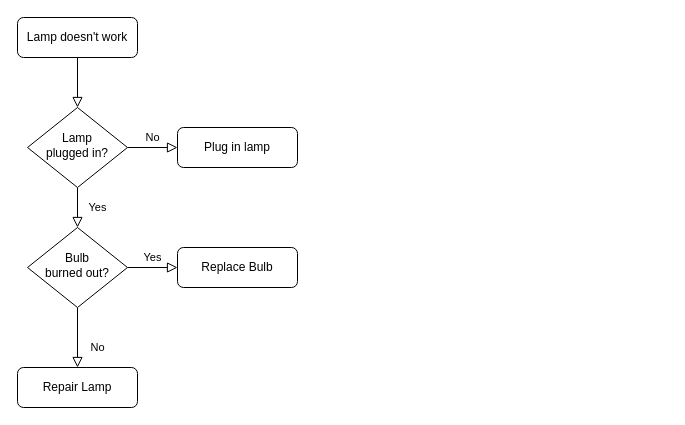
joelverg/age-teller keeps this draw.io diagram as Untitled Diagram.drawio. Above is the earlier version. Source tidied: cells renumbered, new cells numbered last; positions are measured from the earlier drawing's top-left corner, leaving out a move shared by most shapes. Both pictures are drawn from the tidied source at 100%, with x=0, y=0 at pixel (17, 17).
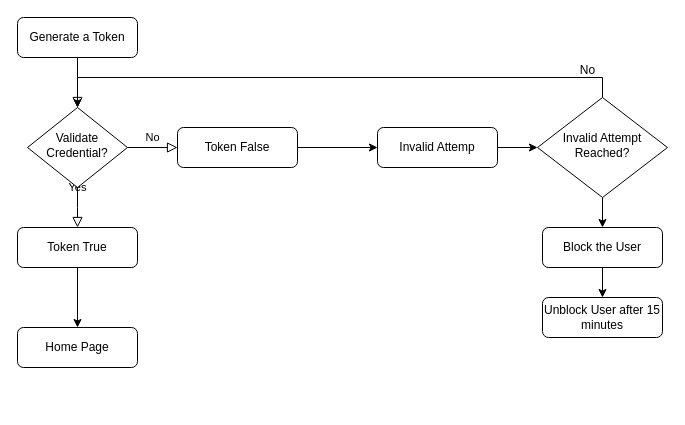
Above is the later version.

Commit message:
Authorization Diagram

The edit, as a diff of the source:
```diff
@@
-    <mxCell id="3" value="Lamp doesn't work" style="rounded=1;whiteSpace=wrap;html=1;fontSize=12;glass=0;strokeWidth=1;shadow=0;" parent="1" vertex="1">
+    <mxCell id="3" value="Generate a Token" style="rounded=1;whiteSpace=wrap;html=1;fontSize=12;glass=0;strokeWidth=1;shadow=0;" parent="1" vertex="1">
       <mxGeometry width="120" height="40" as="geometry" />
     </mxCell>
-    <mxCell id="4" value="Yes" style="rounded=0;html=1;jettySize=auto;fontSize=11;endArrow=block;endFill=0;endSize=8;strokeWidth=1;shadow=0;labelBackgroundColor=none;edgeStyle=orthogonalEdgeStyle;" parent="1" edge="1" source="6" target="10">
-      <mxGeometry y="20" relative="1" as="geometry" />
+    <mxCell id="4" value="Yes" style="rounded=0;html=1;jettySize=auto;fontSize=11;endArrow=block;endFill=0;endSize=8;strokeWidth=1;shadow=0;labelBackgroundColor=none;edgeStyle=orthogonalEdgeStyle;" parent="1" edge="1" source="6">
+      <mxGeometry y="20" relative="1" as="geometry">
+        <mxPoint x="60" y="210" as="targetPoint" />
+      </mxGeometry>
     </mxCell>
@@
-    <mxCell id="6" value="Lamp&lt;br&gt;plugged in?" style="rhombus;whiteSpace=wrap;html=1;shadow=0;fontFamily=Helvetica;fontSize=12;align=center;strokeWidth=1;spacing=6;spacingTop=-4;" parent="1" vertex="1">
+    <mxCell id="6" value="Validate Credential?" style="rhombus;whiteSpace=wrap;html=1;shadow=0;fontFamily=Helvetica;fontSize=12;align=center;strokeWidth=1;spacing=6;spacingTop=-4;" parent="1" vertex="1">
       <mxGeometry x="10" y="90" width="100" height="80" as="geometry" />
     </mxCell>
+    <mxCell id="13" style="edgeStyle=orthogonalEdgeStyle;rounded=0;jettySize=auto;html=1;" parent="1" edge="1" source="7" target="15">
+      <mxGeometry relative="1" as="geometry" />
+    </mxCell>
-    <mxCell id="7" value="Plug in lamp" style="rounded=1;whiteSpace=wrap;html=1;fontSize=12;glass=0;strokeWidth=1;shadow=0;" parent="1" vertex="1">
+    <mxCell id="7" value="Token False" style="rounded=1;whiteSpace=wrap;html=1;fontSize=12;glass=0;strokeWidth=1;shadow=0;" parent="1" vertex="1">
       <mxGeometry x="160" y="110" width="120" height="40" as="geometry" />
     </mxCell>
+    <mxCell id="11" value="Home Page" style="rounded=1;whiteSpace=wrap;html=1;fontSize=12;glass=0;strokeWidth=1;shadow=0;" parent="1" vertex="1">
+      <mxGeometry y="310" width="120" height="40" as="geometry" />
+    </mxCell>
+    <mxCell id="14" style="edgeStyle=orthogonalEdgeStyle;rounded=0;jettySize=auto;html=1;exitX=1;exitY=0.5;exitDx=0;exitDy=0;" parent="1" edge="1" source="15" target="18">
+      <mxGeometry relative="1" as="geometry" />
+    </mxCell>
+    <mxCell id="15" value="Invalid Attemp" style="rounded=1;whiteSpace=wrap;html=1;fontSize=12;glass=0;strokeWidth=1;shadow=0;" parent="1" vertex="1">
+      <mxGeometry x="360" y="110" width="120" height="40" as="geometry" />
+    </mxCell>
+    <mxCell id="16" style="edgeStyle=orthogonalEdgeStyle;rounded=0;jettySize=auto;html=1;exitX=0.5;exitY=0;exitDx=0;exitDy=0;entryX=0.5;entryY=0;entryDx=0;entryDy=0;" parent="1" edge="1" source="18" target="6">
+      <mxGeometry relative="1" as="geometry" />
+    </mxCell>
+    <mxCell id="17" style="edgeStyle=orthogonalEdgeStyle;rounded=0;jettySize=auto;html=1;exitX=0.5;exitY=1;exitDx=0;exitDy=0;entryX=0.5;entryY=0;entryDx=0;entryDy=0;" parent="1" edge="1" source="18" target="20">
+      <mxGeometry relative="1" as="geometry" />
+    </mxCell>
+    <mxCell id="18" value="Invalid Attempt Reached?" style="rhombus;whiteSpace=wrap;html=1;shadow=0;fontFamily=Helvetica;fontSize=12;align=center;strokeWidth=1;spacing=6;spacingTop=-4;" parent="1" vertex="1">
+      <mxGeometry x="520" y="80" width="130" height="100" as="geometry" />
+    </mxCell>
-    <mxCell id="8" value="No" style="rounded=0;html=1;jettySize=auto;fontSize=11;endArrow=block;endFill=0;endSize=8;strokeWidth=1;shadow=0;labelBackgroundColor=none;edgeStyle=orthogonalEdgeStyle;" parent="1" edge="1" source="10" target="11">
-      <mxGeometry x="0.33" y="20" relative="1" as="geometry" />
+    <mxCell id="8" value="No" style="text;html=1;align=center;verticalAlign=middle;strokeColor=none;fillColor=none;" parent="1" vertex="1">
+      <mxGeometry x="550" y="38" width="40" height="30" as="geometry" />
     </mxCell>
-    <mxCell id="9" value="Yes" style="edgeStyle=orthogonalEdgeStyle;rounded=0;html=1;jettySize=auto;fontSize=11;endArrow=block;endFill=0;endSize=8;strokeWidth=1;shadow=0;labelBackgroundColor=none;" parent="1" edge="1" source="10" target="12">
-      <mxGeometry y="10" relative="1" as="geometry" />
-    </mxCell>
-    <mxCell id="10" value="Bulb&lt;br&gt;burned out?" style="rhombus;whiteSpace=wrap;html=1;shadow=0;fontFamily=Helvetica;fontSize=12;align=center;strokeWidth=1;spacing=6;spacingTop=-4;" parent="1" vertex="1">
-      <mxGeometry x="10" y="210" width="100" height="80" as="geometry" />
-    </mxCell>
-    <mxCell id="11" value="Repair Lamp" style="rounded=1;whiteSpace=wrap;html=1;fontSize=12;glass=0;strokeWidth=1;shadow=0;" parent="1" vertex="1">
-      <mxGeometry y="350" width="120" height="40" as="geometry" />
-    </mxCell>
-    <mxCell id="12" value="Replace Bulb" style="rounded=1;whiteSpace=wrap;html=1;fontSize=12;glass=0;strokeWidth=1;shadow=0;" parent="1" vertex="1">
-      <mxGeometry x="160" y="230" width="120" height="40" as="geometry" />
-    </mxCell>
+    <mxCell id="19" style="edgeStyle=orthogonalEdgeStyle;rounded=0;jettySize=auto;html=1;exitX=0.5;exitY=1;exitDx=0;exitDy=0;entryX=0.5;entryY=0;entryDx=0;entryDy=0;" parent="1" edge="1" source="20" target="22">
+      <mxGeometry relative="1" as="geometry" />
+    </mxCell>
+    <mxCell id="20" value="Block the User" style="rounded=1;whiteSpace=wrap;html=1;fontSize=12;glass=0;strokeWidth=1;shadow=0;" parent="1" vertex="1">
+      <mxGeometry x="525" y="210" width="120" height="40" as="geometry" />
+    </mxCell>
+    <mxCell id="21" value="Token True" style="rounded=1;whiteSpace=wrap;html=1;fontSize=12;glass=0;strokeWidth=1;shadow=0;" parent="1" vertex="1">
+      <mxGeometry y="210" width="120" height="40" as="geometry" />
+    </mxCell>
+    <mxCell id="22" value="Unblock User after 15 minutes" style="rounded=1;whiteSpace=wrap;html=1;fontSize=12;glass=0;strokeWidth=1;shadow=0;" parent="1" vertex="1">
+      <mxGeometry x="525" y="280" width="120" height="40" as="geometry" />
+    </mxCell>
+    <mxCell id="23" style="endArrow=classic;html=1;rounded=0;exitX=0.5;exitY=1;exitDx=0;exitDy=0;entryX=0.5;entryY=0;entryDx=0;entryDy=0;" parent="1" edge="1" source="21" target="11">
+      <mxGeometry relative="1" as="geometry" />
+    </mxCell>
```
